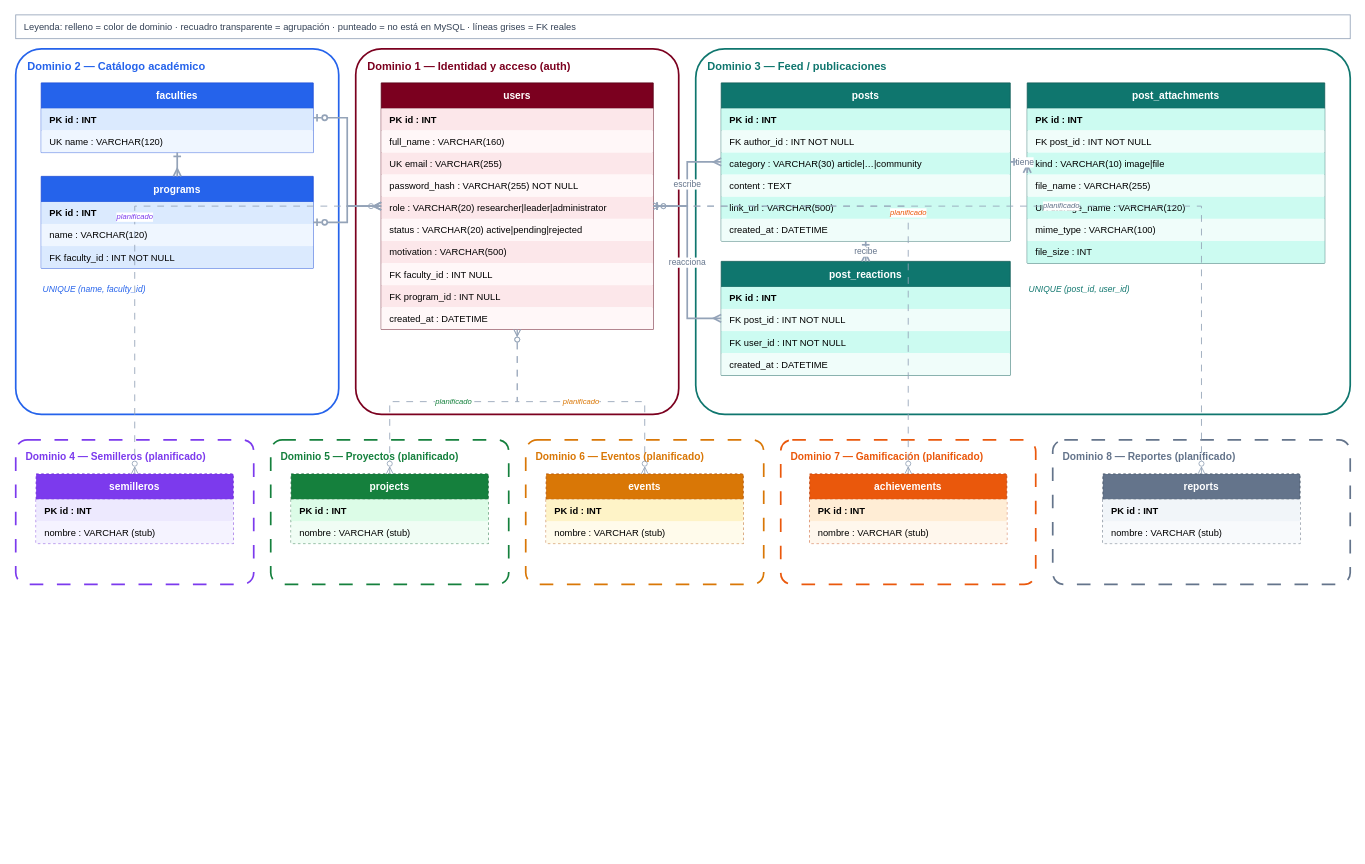
This is docs/er-riul.drawio from LewisBz/RIUL-Aplicativo, a draw.io file, before an edit. Source tidied: cells renumbered, new cells numbered last; positions are measured from the earlier drawing's top-left corner, leaving out a move shared by most shapes. Both pictures are drawn from the tidied source at 85%, with x=0, y=0 at pixel (15, 14).
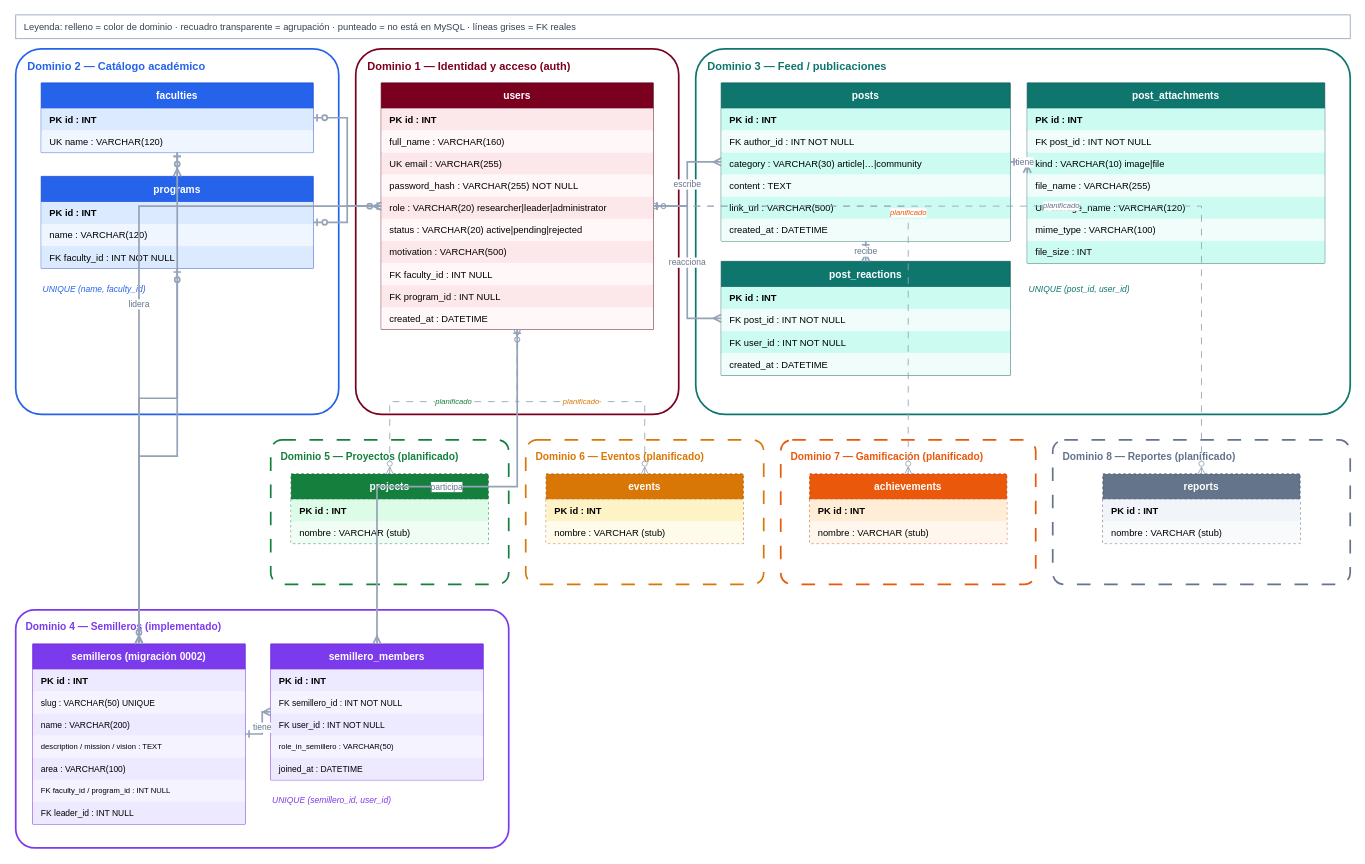
The same diagram, later.

The change refers to these unchanged cells:
```xml
<mxCell id="4" value="faculties" style="swimlane;fontStyle=1;horizontal=1;startSize=30;fillColor=#2563EB;fontColor=#FFFFFF;strokeColor=#1D4ED8;align=center;fontSize=12;" parent="3" vertex="1">
  <mxGeometry x="30" y="40" width="320" height="82" as="geometry" />
</mxCell>
<mxCell id="7" value="programs" style="swimlane;fontStyle=1;horizontal=1;startSize=30;fillColor=#2563EB;fontColor=#FFFFFF;strokeColor=#1D4ED8;align=center;fontSize=12;" parent="3" vertex="1">
  <mxGeometry x="30" y="150" width="320" height="108" as="geometry" />
</mxCell>
<mxCell id="13" value="users" style="swimlane;fontStyle=1;horizontal=1;startSize=30;fillColor=#7B001F;fontColor=#FFFFFF;strokeColor=#5A0017;align=center;fontSize=12;" parent="12" vertex="1">
  <mxGeometry x="30" y="40" width="320" height="290" as="geometry" />
</mxCell>
```

Change to the diagram source:
```diff
@@
-    <mxCell id="46" value="Dominio 4 — Semilleros (planificado)" style="rounded=1;whiteSpace=wrap;html=1;fillColor=none;strokeColor=#7C3AED;strokeWidth=2;dashed=1;dashPattern=8 8;verticalAlign=top;align=left;fontStyle=1;fontSize=12;fontColor=#7C3AED;spacingLeft=10;spacingTop=6;arcSize=8;" parent="1" vertex="1">
-      <mxGeometry y="500" width="280" height="170" as="geometry" />
+    <mxCell id="46" value="Dominio 4 — Semilleros (implementado)" style="rounded=1;whiteSpace=wrap;html=1;fillColor=none;strokeColor=#7C3AED;strokeWidth=2;verticalAlign=top;align=left;fontStyle=1;fontSize=12;fontColor=#7C3AED;spacingLeft=10;spacingTop=6;arcSize=8;" parent="1" vertex="1">
+      <mxGeometry y="700" width="580" height="280" as="geometry" />
     </mxCell>
-    <mxCell id="47" value="semilleros" style="swimlane;fontStyle=1;horizontal=1;startSize=30;fillColor=#7C3AED;fontColor=#FFFFFF;strokeColor=#6D28D9;dashed=1;align=center;fontSize=12;" parent="46" vertex="1">
-      <mxGeometry x="24" y="40" width="232" height="82" as="geometry" />
+    <mxCell id="47" value="semilleros (migración 0002)" style="swimlane;fontStyle=1;horizontal=1;startSize=30;fillColor=#7C3AED;fontColor=#FFFFFF;strokeColor=#6D28D9;align=center;fontSize=12;" parent="46" vertex="1">
+      <mxGeometry x="20" y="40" width="250" height="212" as="geometry" />
     </mxCell>
     <mxCell id="48" value="PK  id : INT" style="text;strokeColor=none;fillColor=#EDE9FE;align=left;verticalAlign=middle;spacingLeft=8;overflow=hidden;fontStyle=1;fontSize=11;" parent="47" vertex="1">
-      <mxGeometry y="30" width="232" height="26" as="geometry" />
+      <mxGeometry y="30" width="250" height="26" as="geometry" />
     </mxCell>
-    <mxCell id="49" value="nombre : VARCHAR  (stub)" style="text;strokeColor=none;fillColor=#F5F3FF;align=left;verticalAlign=middle;spacingLeft=8;overflow=hidden;fontSize=11;" parent="47" vertex="1">
-      <mxGeometry y="56" width="232" height="26" as="geometry" />
-    </mxCell>
+    <mxCell id="78" value="slug : VARCHAR(50) UNIQUE" style="text;strokeColor=none;fillColor=#F5F3FF;align=left;verticalAlign=middle;spacingLeft=8;overflow=hidden;fontSize=10;" parent="47" vertex="1">
+      <mxGeometry y="56" width="250" height="26" as="geometry" />
+    </mxCell>
+    <mxCell id="79" value="name : VARCHAR(200)" style="text;strokeColor=none;fillColor=#EDE9FE;align=left;verticalAlign=middle;spacingLeft=8;overflow=hidden;fontSize=10;" parent="47" vertex="1">
+      <mxGeometry y="82" width="250" height="26" as="geometry" />
+    </mxCell>
+    <mxCell id="80" value="description / mission / vision : TEXT" style="text;strokeColor=none;fillColor=#F5F3FF;align=left;verticalAlign=middle;spacingLeft=8;overflow=hidden;fontSize=9;" parent="47" vertex="1">
+      <mxGeometry y="108" width="250" height="26" as="geometry" />
+    </mxCell>
+    <mxCell id="81" value="area : VARCHAR(100)" style="text;strokeColor=none;fillColor=#EDE9FE;align=left;verticalAlign=middle;spacingLeft=8;overflow=hidden;fontSize=10;" parent="47" vertex="1">
+      <mxGeometry y="134" width="250" height="26" as="geometry" />
+    </mxCell>
+    <mxCell id="82" value="FK faculty_id / program_id : INT NULL" style="text;strokeColor=none;fillColor=#F5F3FF;align=left;verticalAlign=middle;spacingLeft=8;overflow=hidden;fontSize=9;" parent="47" vertex="1">
+      <mxGeometry y="160" width="250" height="26" as="geometry" />
+    </mxCell>
+    <mxCell id="83" value="FK leader_id : INT NULL" style="text;strokeColor=none;fillColor=#EDE9FE;align=left;verticalAlign=middle;spacingLeft=8;overflow=hidden;fontSize=10;" parent="47" vertex="1">
+      <mxGeometry y="186" width="250" height="26" as="geometry" />
+    </mxCell>
+    <mxCell id="84" value="semillero_members" style="swimlane;fontStyle=1;horizontal=1;startSize=30;fillColor=#7C3AED;fontColor=#FFFFFF;strokeColor=#6D28D9;align=center;fontSize=12;" parent="46" vertex="1">
+      <mxGeometry x="300" y="40" width="250" height="160" as="geometry" />
+    </mxCell>
+    <mxCell id="85" value="PK  id : INT" style="text;strokeColor=none;fillColor=#EDE9FE;align=left;verticalAlign=middle;spacingLeft=8;overflow=hidden;fontStyle=1;fontSize=11;" parent="84" vertex="1">
+      <mxGeometry y="30" width="250" height="26" as="geometry" />
+    </mxCell>
+    <mxCell id="86" value="FK  semillero_id : INT NOT NULL" style="text;strokeColor=none;fillColor=#F5F3FF;align=left;verticalAlign=middle;spacingLeft=8;overflow=hidden;fontSize=10;" parent="84" vertex="1">
+      <mxGeometry y="56" width="250" height="26" as="geometry" />
+    </mxCell>
+    <mxCell id="87" value="FK  user_id : INT NOT NULL" style="text;strokeColor=none;fillColor=#EDE9FE;align=left;verticalAlign=middle;spacingLeft=8;overflow=hidden;fontSize=10;" parent="84" vertex="1">
+      <mxGeometry y="82" width="250" height="26" as="geometry" />
+    </mxCell>
+    <mxCell id="88" value="role_in_semillero : VARCHAR(50)" style="text;strokeColor=none;fillColor=#F5F3FF;align=left;verticalAlign=middle;spacingLeft=8;overflow=hidden;fontSize=9;" parent="84" vertex="1">
+      <mxGeometry y="108" width="250" height="26" as="geometry" />
+    </mxCell>
+    <mxCell id="89" value="joined_at : DATETIME" style="text;strokeColor=none;fillColor=#EDE9FE;align=left;verticalAlign=middle;spacingLeft=8;overflow=hidden;fontSize=10;" parent="84" vertex="1">
+      <mxGeometry y="134" width="250" height="26" as="geometry" />
+    </mxCell>
+    <mxCell id="90" value="UNIQUE (semillero_id, user_id)" style="text;html=1;strokeColor=none;fillColor=none;align=left;fontSize=10;fontColor=#7C3AED;fontStyle=2;" parent="46" vertex="1">
+      <mxGeometry x="300" y="212" width="250" height="20" as="geometry" />
+    </mxCell>
@@
+    <mxCell id="91" style="edgeStyle=orthogonalEdgeStyle;rounded=0;jettySize=auto;html=1;startArrow=ERzeroToOne;endArrow=ERmany;startFill=0;endFill=0;strokeColor=#94A3B8;strokeWidth=2;" parent="1" edge="1" source="4" target="47">
+      <mxGeometry relative="1" as="geometry" />
+    </mxCell>
+    <mxCell id="92" style="edgeStyle=orthogonalEdgeStyle;rounded=0;jettySize=auto;html=1;startArrow=ERzeroToOne;endArrow=ERmany;startFill=0;endFill=0;strokeColor=#94A3B8;strokeWidth=2;" parent="1" edge="1" source="7" target="47">
+      <mxGeometry relative="1" as="geometry" />
+    </mxCell>
-    <mxCell id="73" value="planificado" style="edgeStyle=orthogonalEdgeStyle;rounded=0;jettySize=auto;html=1;startArrow=ERzeroToMany;endArrow=ERzeroToMany;startFill=0;endFill=0;strokeColor=#94A3B8;strokeWidth=1;dashed=1;dashPattern=8 8;fontColor=#7C3AED;fontSize=9;fontStyle=2;" parent="1" edge="1" source="13" target="47">
+    <mxCell id="73" value="lidera" style="edgeStyle=orthogonalEdgeStyle;rounded=0;jettySize=auto;html=1;startArrow=ERzeroToOne;endArrow=ERzeroToMany;startFill=0;endFill=0;strokeColor=#94A3B8;strokeWidth=2;fontColor=#64748B;fontSize=10;" parent="1" edge="1" source="13" target="47">
       <mxGeometry relative="1" as="geometry" />
     </mxCell>
+    <mxCell id="93" value="tiene" style="edgeStyle=orthogonalEdgeStyle;rounded=0;jettySize=auto;html=1;startArrow=ERone;endArrow=ERmany;startFill=0;endFill=0;strokeColor=#94A3B8;strokeWidth=2;fontColor=#64748B;fontSize=10;" parent="1" edge="1" source="47" target="84">
+      <mxGeometry relative="1" as="geometry" />
+    </mxCell>
+    <mxCell id="94" value="participa" style="edgeStyle=orthogonalEdgeStyle;rounded=0;jettySize=auto;html=1;startArrow=ERone;endArrow=ERmany;startFill=0;endFill=0;strokeColor=#94A3B8;strokeWidth=2;fontColor=#64748B;fontSize=10;" parent="1" edge="1" source="13" target="84">
+      <mxGeometry relative="1" as="geometry" />
+    </mxCell>
```
